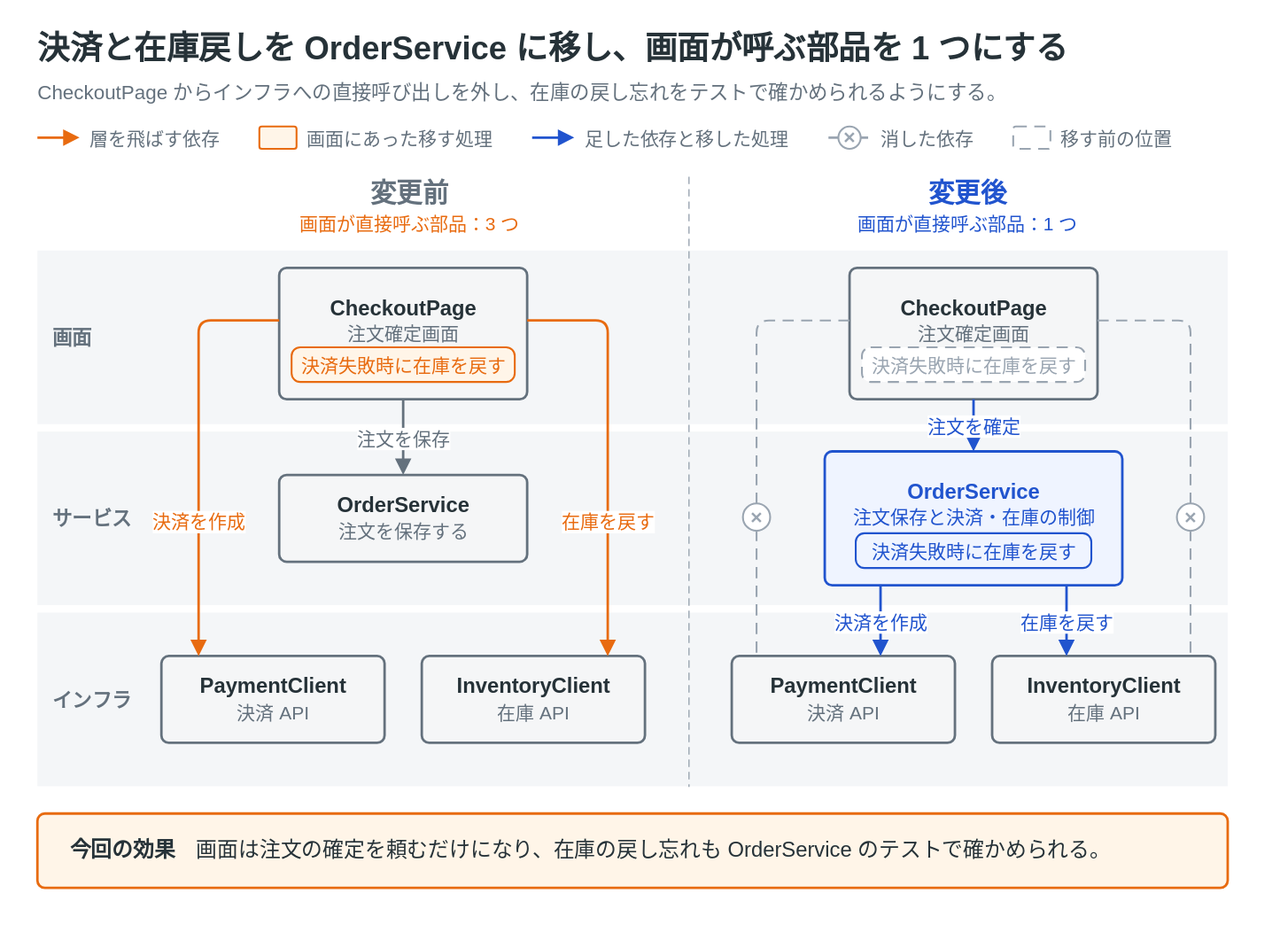
This is skills/explanatory-diagrams/templates/before-after-split/before-after-split.drawio.svg from nntto/explanatory-diagrams, a draw.io export, as it was before one commit. Source tidied: cells renumbered, new cells last; positions are measured from the earlier drawing's top-left corner, leaving out a move shared by most shapes. The source it was exported from:
```xml
<mxGraphModel background="#ffffff">
  <root>
    <mxCell id="0" />
    <mxCell id="1" parent="0" />
    <mxCell id="2" value="決済と在庫戻しを OrderService に移し、画面が呼ぶ部品を 1 つにする" style="text;html=1;whiteSpace=wrap;fontFamily=Helvetica;fontSize=26;fontColor=#263238;align=left;verticalAlign=middle;spacing=0;fontStyle=1;" parent="1" vertex="1">
      <mxGeometry width="960" height="38" as="geometry" />
    </mxCell>
    <mxCell id="3" value="CheckoutPage からインフラへの直接呼び出しを外し、在庫の戻し忘れをテストで確かめられるようにする。" style="text;html=1;whiteSpace=wrap;fontFamily=Helvetica;fontSize=16;fontColor=#64717d;align=left;verticalAlign=middle;spacing=0;" parent="1" vertex="1">
      <mxGeometry y="42" width="960" height="24" as="geometry" />
    </mxCell>
    <mxCell id="4" style="edgeStyle=none;rounded=1;html=1;strokeColor=#e86b10;strokeWidth=2;endArrow=block;endFill=1;startArrow=none;startFill=1;endSize=8;fontFamily=Helvetica;fontSize=15;fontColor=#e86b10;labelBackgroundColor=#ffffff;" parent="1" edge="1">
      <mxGeometry relative="1" as="geometry">
        <mxPoint y="91" as="sourcePoint" />
        <mxPoint x="34" y="91" as="targetPoint" />
      </mxGeometry>
    </mxCell>
    <mxCell id="5" value="層を飛ばす依存" style="text;html=1;whiteSpace=wrap;fontFamily=Helvetica;fontSize=15;fontColor=#64717d;align=left;verticalAlign=middle;spacing=0;" parent="1" vertex="1">
      <mxGeometry x="42" y="80" width="109" height="22" as="geometry" />
    </mxCell>
    <mxCell id="6" style="rounded=1;absoluteArcSize=1;arcSize=4;whiteSpace=wrap;html=1;fillColor=#fff5e8;strokeColor=#e86b10;strokeWidth=1.5;fontColor=#e86b10;fontFamily=Helvetica;fontSize=17;align=center;verticalAlign=middle;spacing=10;" parent="1" vertex="1">
      <mxGeometry x="179" y="82" width="30" height="18" as="geometry" />
    </mxCell>
    <mxCell id="7" value="画面にあった移す処理" style="text;html=1;whiteSpace=wrap;fontFamily=Helvetica;fontSize=15;fontColor=#64717d;align=left;verticalAlign=middle;spacing=0;" parent="1" vertex="1">
      <mxGeometry x="217" y="80" width="154" height="22" as="geometry" />
    </mxCell>
    <mxCell id="8" style="edgeStyle=none;rounded=1;html=1;strokeColor=#2154ce;strokeWidth=2;endArrow=block;endFill=1;startArrow=none;startFill=1;endSize=8;fontFamily=Helvetica;fontSize=15;fontColor=#2154ce;labelBackgroundColor=#ffffff;" parent="1" edge="1">
      <mxGeometry relative="1" as="geometry">
        <mxPoint x="399" y="91" as="sourcePoint" />
        <mxPoint x="433" y="91" as="targetPoint" />
      </mxGeometry>
    </mxCell>
    <mxCell id="9" value="足した依存と移した処理" style="text;html=1;whiteSpace=wrap;fontFamily=Helvetica;fontSize=15;fontColor=#64717d;align=left;verticalAlign=middle;spacing=0;" parent="1" vertex="1">
      <mxGeometry x="441" y="80" width="169" height="22" as="geometry" />
    </mxCell>
    <mxCell id="10" style="edgeStyle=none;rounded=1;html=1;strokeColor=#9aa5b1;strokeWidth=2;endArrow=none;endFill=1;startArrow=none;startFill=1;endSize=8;fontFamily=Helvetica;fontSize=15;fontColor=#9aa5b1;labelBackgroundColor=#ffffff;dashed=1;dashPattern=6 4;" parent="1" edge="1">
      <mxGeometry relative="1" as="geometry">
        <mxPoint x="638" y="91" as="sourcePoint" />
        <mxPoint x="672" y="91" as="targetPoint" />
      </mxGeometry>
    </mxCell>
    <mxCell id="11" value="✕" style="ellipse;whiteSpace=wrap;html=1;fillColor=#ffffff;strokeColor=#9aa5b1;strokeWidth=1.5;fontColor=#9aa5b1;fontStyle=1;fontFamily=Helvetica;fontSize=13;spacing=0;" parent="1" vertex="1">
      <mxGeometry x="646" y="82" width="18" height="18" as="geometry" />
    </mxCell>
    <mxCell id="12" value="消した依存" style="text;html=1;whiteSpace=wrap;fontFamily=Helvetica;fontSize=15;fontColor=#64717d;align=left;verticalAlign=middle;spacing=0;" parent="1" vertex="1">
      <mxGeometry x="680" y="80" width="79" height="22" as="geometry" />
    </mxCell>
    <mxCell id="13" style="rounded=1;absoluteArcSize=1;arcSize=4;whiteSpace=wrap;html=1;fillColor=#ffffff;strokeColor=#9aa5b1;strokeWidth=1.5;fontColor=#9aa5b1;fontFamily=Helvetica;fontSize=17;align=center;verticalAlign=middle;spacing=10;dashed=1;dashPattern=6 4;" parent="1" vertex="1">
      <mxGeometry x="787" y="82" width="30" height="18" as="geometry" />
    </mxCell>
    <mxCell id="14" value="移す前の位置" style="text;html=1;whiteSpace=wrap;fontFamily=Helvetica;fontSize=15;fontColor=#64717d;align=left;verticalAlign=middle;spacing=0;" parent="1" vertex="1">
      <mxGeometry x="825" y="80" width="94" height="22" as="geometry" />
    </mxCell>
    <mxCell id="15" style="rounded=0;absoluteArcSize=1;arcSize=12;html=1;fillColor=#f4f6f8;strokeColor=none;strokeWidth=1;" parent="1" vertex="1">
      <mxGeometry y="182" width="960" height="140" as="geometry" />
    </mxCell>
    <mxCell id="16" value="画面" style="text;html=1;whiteSpace=wrap;fontFamily=Helvetica;fontSize=16;fontColor=#64717d;align=left;verticalAlign=middle;spacing=0;fontStyle=1;" parent="1" vertex="1">
      <mxGeometry x="12" y="182" width="80" height="140" as="geometry" />
    </mxCell>
    <mxCell id="17" style="rounded=0;absoluteArcSize=1;arcSize=12;html=1;fillColor=#f4f6f8;strokeColor=none;strokeWidth=1;" parent="1" vertex="1">
      <mxGeometry y="328" width="960" height="140" as="geometry" />
    </mxCell>
    <mxCell id="18" value="サービス" style="text;html=1;whiteSpace=wrap;fontFamily=Helvetica;fontSize=16;fontColor=#64717d;align=left;verticalAlign=middle;spacing=0;fontStyle=1;" parent="1" vertex="1">
      <mxGeometry x="12" y="328" width="80" height="140" as="geometry" />
    </mxCell>
    <mxCell id="19" style="rounded=0;absoluteArcSize=1;arcSize=12;html=1;fillColor=#f4f6f8;strokeColor=none;strokeWidth=1;" parent="1" vertex="1">
      <mxGeometry y="474" width="960" height="140" as="geometry" />
    </mxCell>
    <mxCell id="20" value="インフラ" style="text;html=1;whiteSpace=wrap;fontFamily=Helvetica;fontSize=16;fontColor=#64717d;align=left;verticalAlign=middle;spacing=0;fontStyle=1;" parent="1" vertex="1">
      <mxGeometry x="12" y="474" width="80" height="140" as="geometry" />
    </mxCell>
    <mxCell id="21" value="変更前" style="text;html=1;whiteSpace=wrap;fontFamily=Helvetica;fontSize=21;fontColor=#64717d;align=center;verticalAlign=middle;spacing=0;fontStyle=1;" parent="1" vertex="1">
      <mxGeometry x="100" y="120" width="400" height="30" as="geometry" />
    </mxCell>
    <mxCell id="22" value="画面が直接呼ぶ部品：3 つ" style="text;html=1;whiteSpace=wrap;fontFamily=Helvetica;fontSize=15;fontColor=#e86b10;align=center;verticalAlign=middle;spacing=0;" parent="1" vertex="1">
      <mxGeometry x="100" y="148" width="400" height="24" as="geometry" />
    </mxCell>
    <mxCell id="23" value="変更後" style="text;html=1;whiteSpace=wrap;fontFamily=Helvetica;fontSize=21;fontColor=#2154ce;align=center;verticalAlign=middle;spacing=0;fontStyle=1;" parent="1" vertex="1">
      <mxGeometry x="550" y="120" width="400" height="30" as="geometry" />
    </mxCell>
    <mxCell id="24" value="画面が直接呼ぶ部品：1 つ" style="text;html=1;whiteSpace=wrap;fontFamily=Helvetica;fontSize=15;fontColor=#2154ce;align=center;verticalAlign=middle;spacing=0;" parent="1" vertex="1">
      <mxGeometry x="550" y="148" width="400" height="24" as="geometry" />
    </mxCell>
    <mxCell id="25" style="edgeStyle=none;rounded=1;html=1;strokeColor=#9aa5b1;strokeWidth=1;endArrow=none;endFill=1;startArrow=none;startFill=1;endSize=8;fontFamily=Helvetica;fontSize=15;fontColor=#9aa5b1;labelBackgroundColor=#ffffff;dashed=1;dashPattern=6 4;" parent="1" edge="1">
      <mxGeometry relative="1" as="geometry">
        <mxPoint x="525" y="122" as="sourcePoint" />
        <mxPoint x="525" y="614" as="targetPoint" />
      </mxGeometry>
    </mxCell>
    <mxCell id="26" value="&lt;b&gt;CheckoutPage&lt;/b&gt;&lt;br&gt;&lt;span style=&quot;font-size:15px;color:#64717d;&quot;&gt;注文確定画面&lt;/span&gt;" style="rounded=1;absoluteArcSize=1;arcSize=12;whiteSpace=wrap;html=1;fillColor=#f5f6f7;strokeColor=#64717d;strokeWidth=2;fontColor=#263238;fontFamily=Helvetica;fontSize=17;align=center;verticalAlign=top;spacing=10;spacingTop=8;" parent="1" vertex="1">
      <mxGeometry x="195" y="196" width="200" height="106" as="geometry" />
    </mxCell>
    <mxCell id="27" value="決済失敗時に在庫を戻す" style="rounded=1;absoluteArcSize=1;arcSize=14;whiteSpace=wrap;html=1;fillColor=#fff5e8;strokeColor=#e86b10;strokeWidth=1.5;fontColor=#e86b10;fontFamily=Helvetica;fontSize=15;align=center;verticalAlign=middle;spacing=2;" parent="1" vertex="1">
      <mxGeometry x="205" y="260" width="180" height="28" as="geometry" />
    </mxCell>
    <mxCell id="28" value="&lt;b&gt;OrderService&lt;/b&gt;&lt;br&gt;&lt;span style=&quot;font-size:15px;color:#64717d;&quot;&gt;注文を保存する&lt;/span&gt;" style="rounded=1;absoluteArcSize=1;arcSize=12;whiteSpace=wrap;html=1;fillColor=#f5f6f7;strokeColor=#64717d;strokeWidth=2;fontColor=#263238;fontFamily=Helvetica;fontSize=17;align=center;verticalAlign=middle;spacing=10;" parent="1" vertex="1">
      <mxGeometry x="195" y="363" width="200" height="70" as="geometry" />
    </mxCell>
    <mxCell id="29" value="&lt;b&gt;PaymentClient&lt;/b&gt;&lt;br&gt;&lt;span style=&quot;font-size:15px;color:#64717d;&quot;&gt;決済 API&lt;/span&gt;" style="rounded=1;absoluteArcSize=1;arcSize=12;whiteSpace=wrap;html=1;fillColor=#f5f6f7;strokeColor=#64717d;strokeWidth=2;fontColor=#263238;fontFamily=Helvetica;fontSize=17;align=center;verticalAlign=middle;spacing=10;" parent="1" vertex="1">
      <mxGeometry x="100" y="509" width="180" height="70" as="geometry" />
    </mxCell>
    <mxCell id="30" value="&lt;b&gt;InventoryClient&lt;/b&gt;&lt;br&gt;&lt;span style=&quot;font-size:15px;color:#64717d;&quot;&gt;在庫 API&lt;/span&gt;" style="rounded=1;absoluteArcSize=1;arcSize=12;whiteSpace=wrap;html=1;fillColor=#f5f6f7;strokeColor=#64717d;strokeWidth=2;fontColor=#263238;fontFamily=Helvetica;fontSize=17;align=center;verticalAlign=middle;spacing=10;" parent="1" vertex="1">
      <mxGeometry x="310" y="509" width="180" height="70" as="geometry" />
    </mxCell>
    <mxCell id="31" value="注文を保存" style="edgeStyle=orthogonalEdgeStyle;rounded=1;html=1;strokeColor=#64717d;strokeWidth=2;endArrow=block;endFill=1;startArrow=none;startFill=1;endSize=8;fontFamily=Helvetica;fontSize=15;fontColor=#64717d;labelBackgroundColor=#ffffff;exitX=0.5;exitY=1;exitDx=0;exitDy=0;entryX=0.5;entryY=0;entryDx=0;entryDy=0;" parent="1" edge="1" source="26" target="28">
      <mxGeometry relative="1" as="geometry" />
    </mxCell>
    <mxCell id="32" value="決済を作成" style="edgeStyle=orthogonalEdgeStyle;rounded=1;html=1;strokeColor=#e86b10;strokeWidth=2;endArrow=block;endFill=1;startArrow=none;startFill=1;endSize=8;fontFamily=Helvetica;fontSize=15;fontColor=#e86b10;labelBackgroundColor=#ffffff;exitX=0;exitY=0.4;exitDx=0;exitDy=0;entryX=0.1667;entryY=0;entryDx=0;entryDy=0;" parent="1" edge="1" source="26" target="29">
      <mxGeometry x="0.35" relative="1" as="geometry">
        <Array as="points">
          <mxPoint x="130" y="238" />
        </Array>
      </mxGeometry>
    </mxCell>
    <mxCell id="33" value="在庫を戻す" style="edgeStyle=orthogonalEdgeStyle;rounded=1;html=1;strokeColor=#e86b10;strokeWidth=2;endArrow=block;endFill=1;startArrow=none;startFill=1;endSize=8;fontFamily=Helvetica;fontSize=15;fontColor=#e86b10;labelBackgroundColor=#ffffff;exitX=1;exitY=0.4;exitDx=0;exitDy=0;entryX=0.8333;entryY=0;entryDx=0;entryDy=0;" parent="1" edge="1" source="26" target="30">
      <mxGeometry x="0.35" relative="1" as="geometry">
        <Array as="points">
          <mxPoint x="460" y="238" />
        </Array>
      </mxGeometry>
    </mxCell>
    <mxCell id="34" value="&lt;b&gt;CheckoutPage&lt;/b&gt;&lt;br&gt;&lt;span style=&quot;font-size:15px;color:#64717d;&quot;&gt;注文確定画面&lt;/span&gt;" style="rounded=1;absoluteArcSize=1;arcSize=12;whiteSpace=wrap;html=1;fillColor=#f5f6f7;strokeColor=#64717d;strokeWidth=2;fontColor=#263238;fontFamily=Helvetica;fontSize=17;align=center;verticalAlign=top;spacing=10;spacingTop=8;" parent="1" vertex="1">
      <mxGeometry x="655" y="196" width="200" height="106" as="geometry" />
    </mxCell>
    <mxCell id="35" value="決済失敗時に在庫を戻す" style="rounded=1;absoluteArcSize=1;arcSize=14;whiteSpace=wrap;html=1;fillColor=#ffffff;strokeColor=#9aa5b1;strokeWidth=1.5;fontColor=#9aa5b1;fontFamily=Helvetica;fontSize=15;align=center;verticalAlign=middle;spacing=2;dashed=1;dashPattern=6 4;" parent="1" vertex="1">
      <mxGeometry x="665" y="260" width="180" height="28" as="geometry" />
    </mxCell>
    <mxCell id="36" value="&lt;b&gt;OrderService&lt;/b&gt;&lt;br&gt;&lt;span style=&quot;font-size:15px;color:#2154ce;&quot;&gt;注文保存と決済・在庫の制御&lt;/span&gt;" style="rounded=1;absoluteArcSize=1;arcSize=12;whiteSpace=wrap;html=1;fillColor=#eff4ff;strokeColor=#2154ce;strokeWidth=2;fontColor=#2154ce;fontFamily=Helvetica;fontSize=17;align=center;verticalAlign=top;spacing=10;spacingTop=8;" parent="1" vertex="1">
      <mxGeometry x="635" y="344" width="240" height="108" as="geometry" />
    </mxCell>
    <mxCell id="37" value="決済失敗時に在庫を戻す" style="rounded=1;absoluteArcSize=1;arcSize=14;whiteSpace=wrap;html=1;fillColor=#eff4ff;strokeColor=#2154ce;strokeWidth=1.5;fontColor=#2154ce;fontFamily=Helvetica;fontSize=15;align=center;verticalAlign=middle;spacing=2;" parent="1" vertex="1">
      <mxGeometry x="660" y="410" width="190" height="28" as="geometry" />
    </mxCell>
    <mxCell id="38" value="&lt;b&gt;PaymentClient&lt;/b&gt;&lt;br&gt;&lt;span style=&quot;font-size:15px;color:#64717d;&quot;&gt;決済 API&lt;/span&gt;" style="rounded=1;absoluteArcSize=1;arcSize=12;whiteSpace=wrap;html=1;fillColor=#f5f6f7;strokeColor=#64717d;strokeWidth=2;fontColor=#263238;fontFamily=Helvetica;fontSize=17;align=center;verticalAlign=middle;spacing=10;" parent="1" vertex="1">
      <mxGeometry x="560" y="509" width="180" height="70" as="geometry" />
    </mxCell>
    <mxCell id="39" value="&lt;b&gt;InventoryClient&lt;/b&gt;&lt;br&gt;&lt;span style=&quot;font-size:15px;color:#64717d;&quot;&gt;在庫 API&lt;/span&gt;" style="rounded=1;absoluteArcSize=1;arcSize=12;whiteSpace=wrap;html=1;fillColor=#f5f6f7;strokeColor=#64717d;strokeWidth=2;fontColor=#263238;fontFamily=Helvetica;fontSize=17;align=center;verticalAlign=middle;spacing=10;" parent="1" vertex="1">
      <mxGeometry x="770" y="509" width="180" height="70" as="geometry" />
    </mxCell>
    <mxCell id="40" value="注文を確定" style="edgeStyle=orthogonalEdgeStyle;rounded=1;html=1;strokeColor=#2154ce;strokeWidth=2;endArrow=block;endFill=1;startArrow=none;startFill=1;endSize=8;fontFamily=Helvetica;fontSize=15;fontColor=#2154ce;labelBackgroundColor=#ffffff;exitX=0.5;exitY=1;exitDx=0;exitDy=0;entryX=0.5;entryY=0;entryDx=0;entryDy=0;" parent="1" edge="1" source="34" target="36">
      <mxGeometry relative="1" as="geometry" />
    </mxCell>
    <mxCell id="41" value="決済を作成" style="edgeStyle=orthogonalEdgeStyle;rounded=1;html=1;strokeColor=#2154ce;strokeWidth=2;endArrow=block;endFill=1;startArrow=none;startFill=1;endSize=8;fontFamily=Helvetica;fontSize=15;fontColor=#2154ce;labelBackgroundColor=#ffffff;exitX=0.1875;exitY=1;exitDx=0;exitDy=0;entryX=0.6667;entryY=0;entryDx=0;entryDy=0;" parent="1" edge="1" source="36" target="38">
      <mxGeometry relative="1" as="geometry" />
    </mxCell>
    <mxCell id="42" value="在庫を戻す" style="edgeStyle=orthogonalEdgeStyle;rounded=1;html=1;strokeColor=#2154ce;strokeWidth=2;endArrow=block;endFill=1;startArrow=none;startFill=1;endSize=8;fontFamily=Helvetica;fontSize=15;fontColor=#2154ce;labelBackgroundColor=#ffffff;exitX=0.8125;exitY=1;exitDx=0;exitDy=0;entryX=0.3333;entryY=0;entryDx=0;entryDy=0;" parent="1" edge="1" source="36" target="39">
      <mxGeometry relative="1" as="geometry" />
    </mxCell>
    <mxCell id="43" style="edgeStyle=orthogonalEdgeStyle;rounded=1;html=1;strokeColor=#9aa5b1;strokeWidth=1.5;endArrow=none;endFill=1;startArrow=none;startFill=1;endSize=8;fontFamily=Helvetica;fontSize=15;fontColor=#9aa5b1;labelBackgroundColor=#ffffff;dashed=1;dashPattern=6 4;exitX=0;exitY=0.4;exitDx=0;exitDy=0;entryX=0.1111;entryY=0;entryDx=0;entryDy=0;" parent="1" edge="1" source="34" target="38">
      <mxGeometry relative="1" as="geometry">
        <Array as="points">
          <mxPoint x="580" y="238" />
        </Array>
      </mxGeometry>
    </mxCell>
    <mxCell id="44" style="edgeStyle=orthogonalEdgeStyle;rounded=1;html=1;strokeColor=#9aa5b1;strokeWidth=1.5;endArrow=none;endFill=1;startArrow=none;startFill=1;endSize=8;fontFamily=Helvetica;fontSize=15;fontColor=#9aa5b1;labelBackgroundColor=#ffffff;dashed=1;dashPattern=6 4;exitX=1;exitY=0.4;exitDx=0;exitDy=0;entryX=0.8889;entryY=0;entryDx=0;entryDy=0;" parent="1" edge="1" source="34" target="39">
      <mxGeometry relative="1" as="geometry">
        <Array as="points">
          <mxPoint x="930" y="238" />
        </Array>
      </mxGeometry>
    </mxCell>
    <mxCell id="45" value="✕" style="ellipse;whiteSpace=wrap;html=1;fillColor=#ffffff;strokeColor=#9aa5b1;strokeWidth=1.5;fontColor=#9aa5b1;fontStyle=1;fontFamily=Helvetica;fontSize=13;spacing=0;" parent="1" vertex="1">
      <mxGeometry x="569" y="386" width="22" height="22" as="geometry" />
    </mxCell>
    <mxCell id="46" value="✕" style="ellipse;whiteSpace=wrap;html=1;fillColor=#ffffff;strokeColor=#9aa5b1;strokeWidth=1.5;fontColor=#9aa5b1;fontStyle=1;fontFamily=Helvetica;fontSize=13;spacing=0;" parent="1" vertex="1">
      <mxGeometry x="919" y="386" width="22" height="22" as="geometry" />
    </mxCell>
    <mxCell id="47" value="&lt;b&gt;今回の効果&lt;/b&gt;　画面は注文の確定を頼むだけになり、在庫の戻し忘れも OrderService のテストで確かめられる。" style="rounded=1;absoluteArcSize=1;arcSize=12;whiteSpace=wrap;html=1;fillColor=#fff5e8;strokeColor=#e86b10;strokeWidth=2;fontColor=#263238;fontFamily=Helvetica;fontSize=17;align=left;verticalAlign=middle;spacing=10;spacingLeft=16;" parent="1" vertex="1">
      <mxGeometry y="636" width="960" height="60" as="geometry" />
    </mxCell>
  </root>
</mxGraphModel>
```
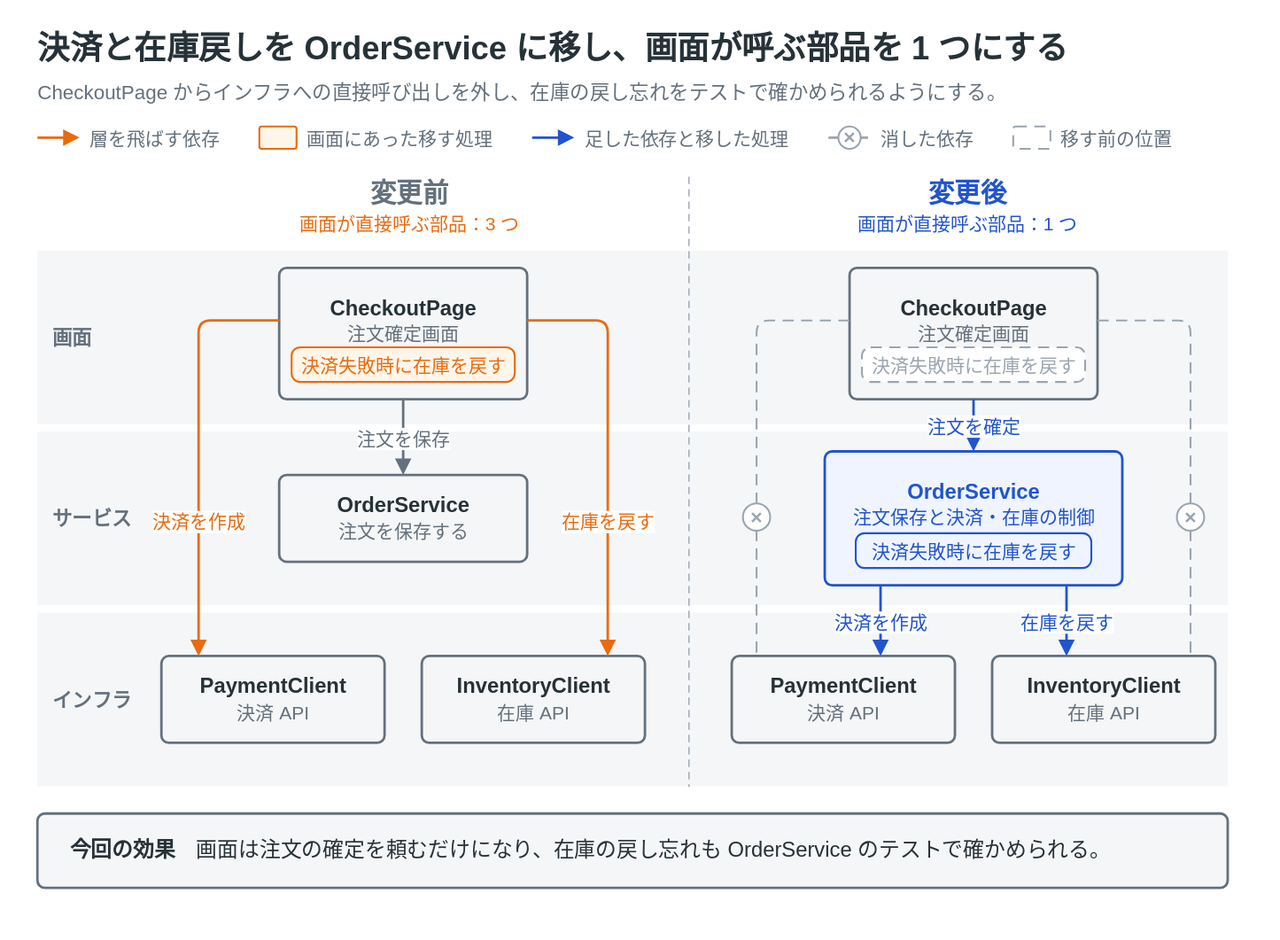
After the commit.

Commit message:
見本 3 枚の「今回の効果」の枠を、橙から基調の色にする

Diff of the diagram source:
```diff
@@ -165,7 +165,7 @@
     <mxCell id="46" value="✕" style="ellipse;whiteSpace=wrap;html=1;fillColor=#ffffff;strokeColor=#9aa5b1;strokeWidth=1.5;fontColor=#9aa5b1;fontStyle=1;fontFamily=Helvetica;fontSize=13;spacing=0;" parent="1" vertex="1">
       <mxGeometry x="919" y="386" width="22" height="22" as="geometry" />
     </mxCell>
-    <mxCell id="47" value="&lt;b&gt;今回の効果&lt;/b&gt;　画面は注文の確定を頼むだけになり、在庫の戻し忘れも OrderService のテストで確かめられる。" style="rounded=1;absoluteArcSize=1;arcSize=12;whiteSpace=wrap;html=1;fillColor=#fff5e8;strokeColor=#e86b10;strokeWidth=2;fontColor=#263238;fontFamily=Helvetica;fontSize=17;align=left;verticalAlign=middle;spacing=10;spacingLeft=16;" parent="1" vertex="1">
+    <mxCell id="47" value="&lt;b&gt;今回の効果&lt;/b&gt;　画面は注文の確定を頼むだけになり、在庫の戻し忘れも OrderService のテストで確かめられる。" style="rounded=1;absoluteArcSize=1;arcSize=12;whiteSpace=wrap;html=1;fillColor=#f5f6f7;strokeColor=#64717d;strokeWidth=2;fontColor=#263238;fontFamily=Helvetica;fontSize=17;align=left;verticalAlign=middle;spacing=10;spacingLeft=16;" parent="1" vertex="1">
       <mxGeometry y="636" width="960" height="60" as="geometry" />
     </mxCell>
   </root>
```
